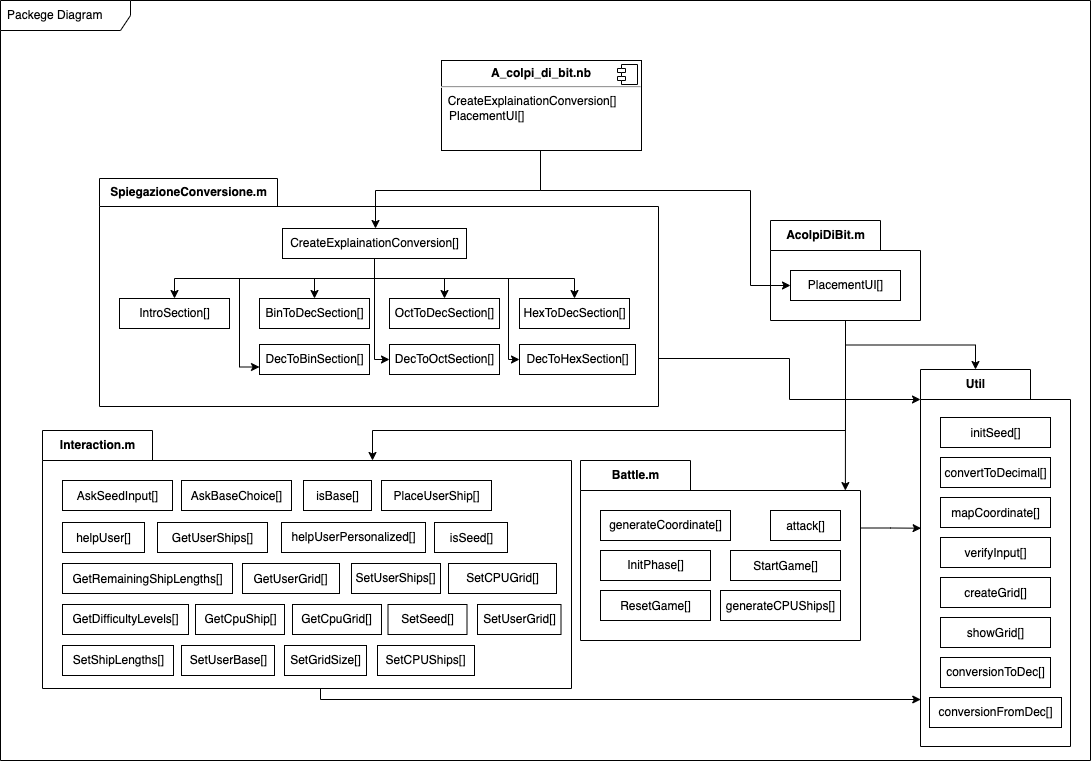
The draw.io diagram Documentazione/Diagram/PackageDiagram.drawio.png in DanyR2001/A_colpi_di_bit, before a commit. Source tidied: cells renumbered, new cells last; positions are measured from the earlier drawing's top-left corner, leaving out a move shared by most shapes.
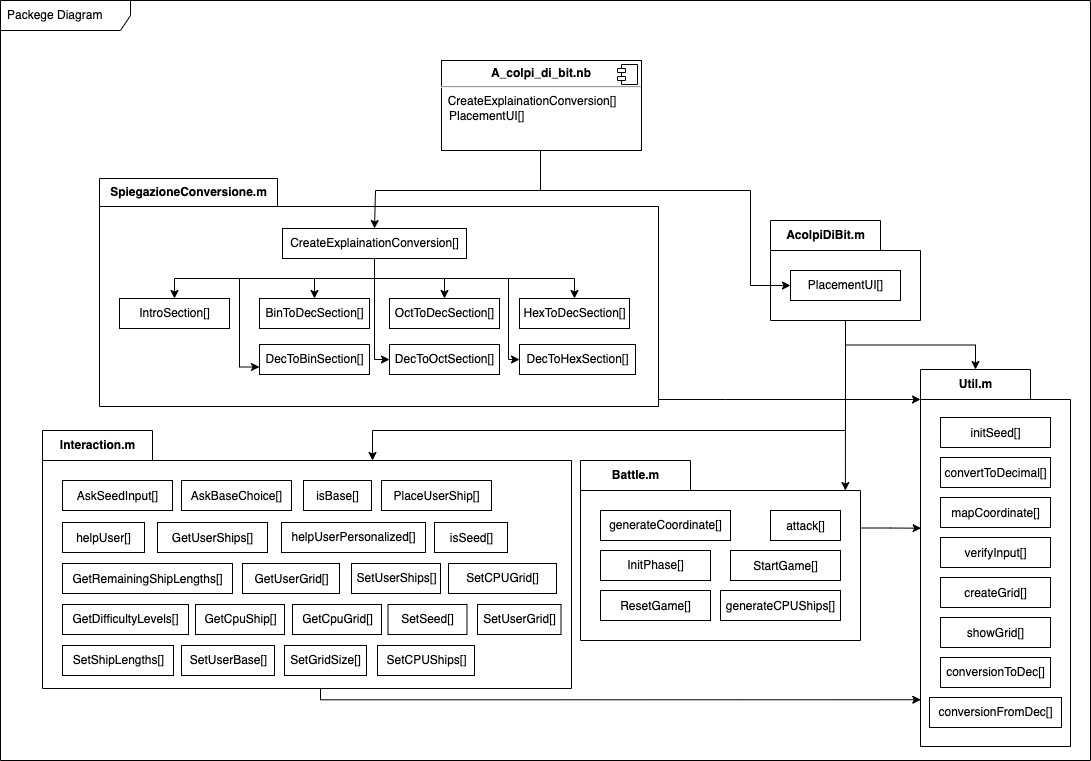
The same file after the commit.

What changed in the source:
```diff
@@ -32,8 +32,8 @@
     <mxCell id="8" style="edgeStyle=orthogonalEdgeStyle;rounded=0;jettySize=auto;html=1;entryX=0;entryY=0;entryDx=0;entryDy=30;entryPerimeter=0;" parent="1" edge="1" source="9" target="60">
       <mxGeometry relative="1" as="geometry">
         <Array as="points">
-          <mxPoint x="789" y="358" />
-          <mxPoint x="789" y="399" />
+          <mxPoint x="725" y="399" />
+          <mxPoint x="725" y="399" />
         </Array>
       </mxGeometry>
     </mxCell>
@@ -249,7 +249,7 @@
     <mxCell id="59" value="&lt;span&gt;&lt;font style=&quot;font-size: 12px&quot;&gt;InitPhase[]&lt;/font&gt;&lt;/span&gt;" style="html=1;fontFamily=Helvetica;fontSize=12;fontColor=default;fillColor=none;" parent="53" vertex="1">
       <mxGeometry x="20" y="90" width="110" height="30" as="geometry" />
     </mxCell>
-    <mxCell id="60" value="Util" style="shape=folder;fontStyle=1;tabWidth=110;tabHeight=30;tabPosition=left;html=1;boundedLbl=1;labelInHeader=1;fontFamily=Helvetica;fontSize=12;fontColor=default;fillColor=none;" parent="1" vertex="1">
+    <mxCell id="60" value="Util.m" style="shape=folder;fontStyle=1;tabWidth=110;tabHeight=30;tabPosition=left;html=1;boundedLbl=1;labelInHeader=1;fontFamily=Helvetica;fontSize=12;fontColor=default;fillColor=none;" parent="1" vertex="1">
       <mxGeometry x="920" y="369" width="150" height="377" as="geometry" />
     </mxCell>
     <mxCell id="61" value="&lt;span&gt;&lt;font style=&quot;font-size: 12px&quot;&gt;initSeed[]&lt;/font&gt;&lt;/span&gt;&lt;span style=&quot;font-size: medium&quot;&gt;&lt;/span&gt;" style="html=1;fontFamily=Helvetica;fontSize=12;fontColor=default;fillColor=none;" parent="60" vertex="1">
```
